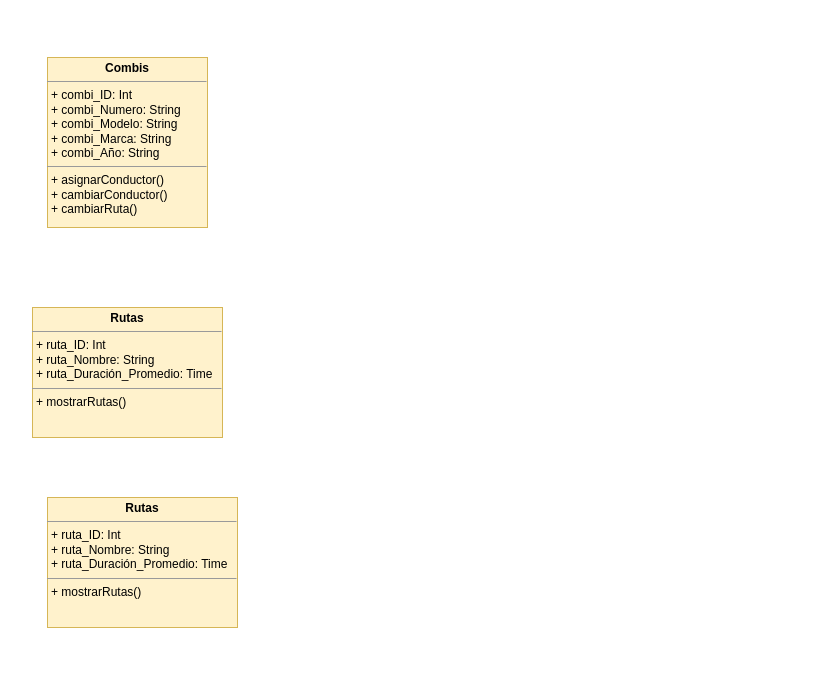
Above: Diagrama.drawio in PatrickCT/traccar (draw.io), before the change. Source tidied: cells renumbered, new cells numbered last; positions are measured from the earlier drawing's top-left corner, leaving out a move shared by most shapes. Both pictures are drawn from the tidied source at 100%, with x=0, y=0 at pixel (32, 57).
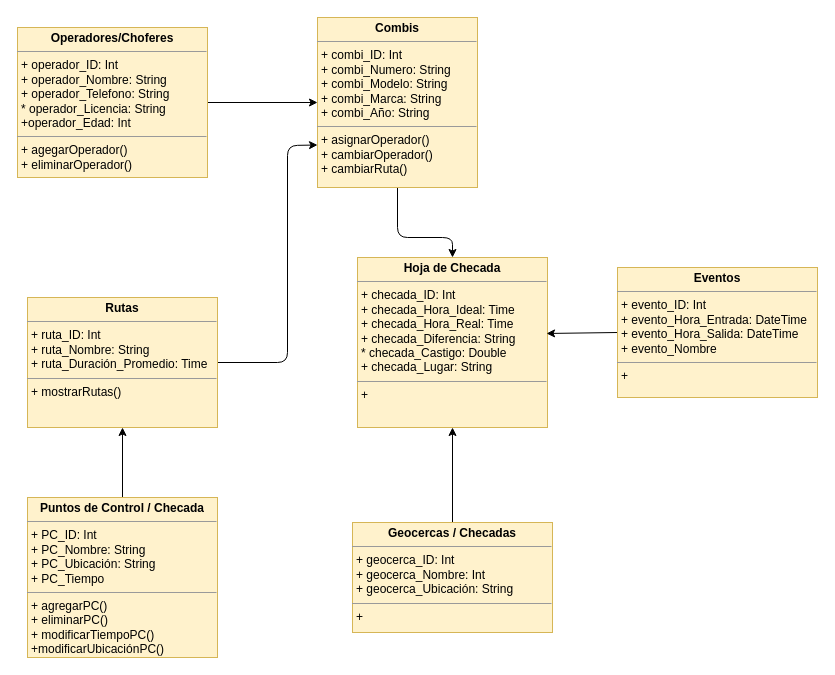
The same diagram, later.

The edit, as a diff of the source:
```diff
@@
 <mxGraphModel>
   <root>
     <mxCell id="0" />
     <mxCell id="1" parent="0" />
+    <mxCell id="5" style="edgeStyle=none;html=1;exitX=0.5;exitY=1;exitDx=0;exitDy=0;entryX=0.5;entryY=0;entryDx=0;entryDy=0;fontColor=#000000;" parent="1" edge="1" source="2" target="10">
+      <mxGeometry relative="1" as="geometry">
+        <Array as="points">
+          <mxPoint x="365" y="180" />
+          <mxPoint x="420" y="180" />
+        </Array>
+      </mxGeometry>
+    </mxCell>
-    <mxCell id="2" value="&lt;p style=&quot;margin:0px;margin-top:4px;text-align:center;&quot;&gt;&lt;b&gt;Combis&lt;/b&gt;&lt;/p&gt;&lt;hr size=&quot;1&quot;&gt;&lt;p style=&quot;margin:0px;margin-left:4px;&quot;&gt;+ combi_ID: Int&lt;/p&gt;&lt;p style=&quot;margin:0px;margin-left:4px;&quot;&gt;+ combi_Numero: String&lt;/p&gt;&lt;p style=&quot;margin:0px;margin-left:4px;&quot;&gt;+ combi_Modelo: String&lt;/p&gt;&lt;p style=&quot;margin:0px;margin-left:4px;&quot;&gt;+ combi_Marca: String&lt;/p&gt;&lt;p style=&quot;margin:0px;margin-left:4px;&quot;&gt;+ combi_Año: String&lt;/p&gt;&lt;hr size=&quot;1&quot;&gt;&lt;p style=&quot;margin:0px;margin-left:4px;&quot;&gt;+ asignarConductor()&lt;/p&gt;&lt;p style=&quot;margin:0px;margin-left:4px;&quot;&gt;+ cambiarConductor()&lt;/p&gt;&lt;p style=&quot;margin:0px;margin-left:4px;&quot;&gt;+ cambiarRuta()&lt;/p&gt;" style="verticalAlign=top;align=left;overflow=fill;fontSize=12;fontFamily=Helvetica;html=1;fillColor=#fff2cc;strokeColor=#d6b656;fontColor=#000000;" parent="1" vertex="1">
-      <mxGeometry x="15" width="160" height="170" as="geometry" />
+    <mxCell id="2" value="&lt;p style=&quot;margin:0px;margin-top:4px;text-align:center;&quot;&gt;&lt;b&gt;Combis&lt;/b&gt;&lt;/p&gt;&lt;hr size=&quot;1&quot;&gt;&lt;p style=&quot;margin:0px;margin-left:4px;&quot;&gt;+ combi_ID: Int&lt;/p&gt;&lt;p style=&quot;margin:0px;margin-left:4px;&quot;&gt;+ combi_Numero: String&lt;/p&gt;&lt;p style=&quot;margin:0px;margin-left:4px;&quot;&gt;+ combi_Modelo: String&lt;/p&gt;&lt;p style=&quot;margin:0px;margin-left:4px;&quot;&gt;+ combi_Marca: String&lt;/p&gt;&lt;p style=&quot;margin:0px;margin-left:4px;&quot;&gt;+ combi_Año: String&lt;/p&gt;&lt;hr size=&quot;1&quot;&gt;&lt;p style=&quot;margin:0px;margin-left:4px;&quot;&gt;+ asignarOperador()&lt;/p&gt;&lt;p style=&quot;margin:0px;margin-left:4px;&quot;&gt;+ cambiarOperador()&lt;/p&gt;&lt;p style=&quot;margin:0px;margin-left:4px;&quot;&gt;+ cambiarRuta()&lt;/p&gt;" style="verticalAlign=top;align=left;overflow=fill;fontSize=12;fontFamily=Helvetica;html=1;fillColor=#fff2cc;strokeColor=#d6b656;fontColor=#000000;" parent="1" vertex="1">
+      <mxGeometry x="285" y="-40" width="160" height="170" as="geometry" />
     </mxCell>
+    <mxCell id="6" style="edgeStyle=none;html=1;exitX=1;exitY=0.5;exitDx=0;exitDy=0;entryX=0;entryY=0.75;entryDx=0;entryDy=0;fontColor=#000000;" parent="1" edge="1" source="3" target="2">
+      <mxGeometry relative="1" as="geometry">
+        <Array as="points">
+          <mxPoint x="255" y="305" />
+          <mxPoint x="255" y="88" />
+        </Array>
+      </mxGeometry>
+    </mxCell>
     <mxCell id="3" value="&lt;p style=&quot;margin:0px;margin-top:4px;text-align:center;&quot;&gt;&lt;b&gt;Rutas&lt;/b&gt;&lt;/p&gt;&lt;hr size=&quot;1&quot;&gt;&lt;p style=&quot;margin:0px;margin-left:4px;&quot;&gt;+ ruta_ID: Int&lt;br&gt;&lt;/p&gt;&lt;p style=&quot;margin:0px;margin-left:4px;&quot;&gt;+ ruta_Nombre: String&lt;/p&gt;&lt;p style=&quot;margin:0px;margin-left:4px;&quot;&gt;+ ruta_Duración_Promedio: Time&lt;/p&gt;&lt;hr size=&quot;1&quot;&gt;&lt;p style=&quot;margin:0px;margin-left:4px;&quot;&gt;+ mostrarRutas()&lt;/p&gt;" style="verticalAlign=top;align=left;overflow=fill;fontSize=12;fontFamily=Helvetica;html=1;fillColor=#fff2cc;strokeColor=#d6b656;fontColor=#000000;" parent="1" vertex="1">
-      <mxGeometry y="250" width="190" height="130" as="geometry" />
+      <mxGeometry x="-5" y="240" width="190" height="130" as="geometry" />
     </mxCell>
+    <mxCell id="7" style="edgeStyle=none;html=1;exitX=0.5;exitY=0;exitDx=0;exitDy=0;entryX=0.5;entryY=1;entryDx=0;entryDy=0;fontColor=#000000;" parent="1" edge="1" source="4" target="3">
+      <mxGeometry relative="1" as="geometry" />
+    </mxCell>
-    <mxCell id="4" value="&lt;p style=&quot;margin:0px;margin-top:4px;text-align:center;&quot;&gt;&lt;b&gt;Rutas&lt;/b&gt;&lt;/p&gt;&lt;hr size=&quot;1&quot;&gt;&lt;p style=&quot;margin:0px;margin-left:4px;&quot;&gt;+ ruta_ID: Int&lt;br&gt;&lt;/p&gt;&lt;p style=&quot;margin:0px;margin-left:4px;&quot;&gt;+ ruta_Nombre: String&lt;/p&gt;&lt;p style=&quot;margin:0px;margin-left:4px;&quot;&gt;+ ruta_Duración_Promedio: Time&lt;/p&gt;&lt;hr size=&quot;1&quot;&gt;&lt;p style=&quot;margin:0px;margin-left:4px;&quot;&gt;+ mostrarRutas()&lt;/p&gt;" style="verticalAlign=top;align=left;overflow=fill;fontSize=12;fontFamily=Helvetica;html=1;fillColor=#fff2cc;strokeColor=#d6b656;fontColor=#000000;" parent="1" vertex="1">
-      <mxGeometry x="15" y="440" width="190" height="130" as="geometry" />
+    <mxCell id="4" value="&lt;p style=&quot;margin:0px;margin-top:4px;text-align:center;&quot;&gt;&lt;b&gt;Puntos de Control / Checada&lt;/b&gt;&lt;/p&gt;&lt;hr size=&quot;1&quot;&gt;&lt;p style=&quot;margin:0px;margin-left:4px;&quot;&gt;+ PC_ID: Int&lt;br&gt;&lt;/p&gt;&lt;p style=&quot;margin:0px;margin-left:4px;&quot;&gt;+ PC_Nombre: String&lt;/p&gt;&lt;p style=&quot;margin:0px;margin-left:4px;&quot;&gt;+ PC_Ubicación: String&lt;/p&gt;&lt;p style=&quot;margin:0px;margin-left:4px;&quot;&gt;+ PC_Tiempo&lt;/p&gt;&lt;hr size=&quot;1&quot;&gt;&lt;p style=&quot;margin:0px;margin-left:4px;&quot;&gt;+ agregarPC()&lt;/p&gt;&lt;p style=&quot;margin:0px;margin-left:4px;&quot;&gt;+ eliminarPC()&lt;/p&gt;&lt;p style=&quot;margin:0px;margin-left:4px;&quot;&gt;+ modificarTiempoPC()&lt;/p&gt;&lt;p style=&quot;margin:0px;margin-left:4px;&quot;&gt;+modificarUbicaciónPC()&lt;/p&gt;" style="verticalAlign=top;align=left;overflow=fill;fontSize=12;fontFamily=Helvetica;html=1;fillColor=#fff2cc;strokeColor=#d6b656;fontColor=#000000;" parent="1" vertex="1">
+      <mxGeometry x="-5" y="440" width="190" height="160" as="geometry" />
     </mxCell>
+    <mxCell id="8" style="edgeStyle=none;html=1;exitX=1;exitY=0.5;exitDx=0;exitDy=0;entryX=0;entryY=0.5;entryDx=0;entryDy=0;fontColor=#000000;" parent="1" edge="1" source="9" target="2">
+      <mxGeometry relative="1" as="geometry" />
+    </mxCell>
+    <mxCell id="9" value="&lt;p style=&quot;margin:0px;margin-top:4px;text-align:center;&quot;&gt;&lt;b&gt;Operadores/Choferes&lt;/b&gt;&lt;/p&gt;&lt;hr size=&quot;1&quot;&gt;&lt;p style=&quot;margin:0px;margin-left:4px;&quot;&gt;+ operador_ID: Int&lt;br&gt;&lt;/p&gt;&lt;p style=&quot;margin:0px;margin-left:4px;&quot;&gt;+ operador_Nombre: String&lt;/p&gt;&lt;p style=&quot;margin:0px;margin-left:4px;&quot;&gt;+ operador_Telefono: String&lt;/p&gt;&lt;p style=&quot;margin:0px;margin-left:4px;&quot;&gt;* operador_Licencia: String&lt;/p&gt;&lt;p style=&quot;margin:0px;margin-left:4px;&quot;&gt;+operador_Edad: Int&amp;nbsp;&lt;/p&gt;&lt;hr size=&quot;1&quot;&gt;&lt;p style=&quot;margin:0px;margin-left:4px;&quot;&gt;+ agegarOperador()&lt;/p&gt;&lt;p style=&quot;margin:0px;margin-left:4px;&quot;&gt;+ eliminarOperador()&lt;/p&gt;&lt;p style=&quot;margin:0px;margin-left:4px;&quot;&gt;&lt;br&gt;&lt;/p&gt;" style="verticalAlign=top;align=left;overflow=fill;fontSize=12;fontFamily=Helvetica;html=1;fillColor=#fff2cc;strokeColor=#d6b656;fontColor=#000000;" parent="1" vertex="1">
+      <mxGeometry x="-15" y="-30" width="190" height="150" as="geometry" />
+    </mxCell>
+    <mxCell id="10" value="&lt;p style=&quot;margin:0px;margin-top:4px;text-align:center;&quot;&gt;&lt;b&gt;Hoja de Checada&lt;/b&gt;&lt;/p&gt;&lt;hr size=&quot;1&quot;&gt;&lt;p style=&quot;margin:0px;margin-left:4px;&quot;&gt;+ checada_ID: Int&lt;/p&gt;&lt;p style=&quot;margin:0px;margin-left:4px;&quot;&gt;+ checada_Hora_Ideal: Time&lt;/p&gt;&lt;p style=&quot;margin:0px;margin-left:4px;&quot;&gt;+ checada_Hora_Real: Time&lt;/p&gt;&lt;p style=&quot;margin:0px;margin-left:4px;&quot;&gt;+ checada_Diferencia: String&lt;/p&gt;&lt;p style=&quot;margin:0px;margin-left:4px;&quot;&gt;* checada_Castigo: Double&lt;/p&gt;&lt;p style=&quot;margin:0px;margin-left:4px;&quot;&gt;+ checada_Lugar: String&lt;/p&gt;&lt;hr size=&quot;1&quot;&gt;&lt;p style=&quot;margin:0px;margin-left:4px;&quot;&gt;+&amp;nbsp;&lt;/p&gt;" style="verticalAlign=top;align=left;overflow=fill;fontSize=12;fontFamily=Helvetica;html=1;fillColor=#fff2cc;strokeColor=#d6b656;fontColor=#000000;" parent="1" vertex="1">
+      <mxGeometry x="325" y="200" width="190" height="170" as="geometry" />
+    </mxCell>
+    <mxCell id="11" style="edgeStyle=none;html=1;exitX=0;exitY=0.5;exitDx=0;exitDy=0;entryX=0.995;entryY=0.447;entryDx=0;entryDy=0;entryPerimeter=0;fontColor=#000000;" parent="1" edge="1" source="12" target="10">
+      <mxGeometry relative="1" as="geometry" />
+    </mxCell>
+    <mxCell id="12" value="&lt;p style=&quot;margin:0px;margin-top:4px;text-align:center;&quot;&gt;&lt;b&gt;Eventos&lt;/b&gt;&lt;/p&gt;&lt;hr size=&quot;1&quot;&gt;&lt;p style=&quot;margin:0px;margin-left:4px;&quot;&gt;+ evento_ID: Int&lt;/p&gt;&lt;p style=&quot;margin:0px;margin-left:4px;&quot;&gt;+ evento_Hora_Entrada: DateTime&lt;/p&gt;&lt;p style=&quot;margin:0px;margin-left:4px;&quot;&gt;+ evento_Hora_Salida: DateTime&lt;/p&gt;&lt;p style=&quot;margin:0px;margin-left:4px;&quot;&gt;+ evento_Nombre&lt;/p&gt;&lt;hr size=&quot;1&quot;&gt;&lt;p style=&quot;margin:0px;margin-left:4px;&quot;&gt;+&amp;nbsp;&lt;/p&gt;" style="verticalAlign=top;align=left;overflow=fill;fontSize=12;fontFamily=Helvetica;html=1;fillColor=#fff2cc;strokeColor=#d6b656;fontColor=#000000;" parent="1" vertex="1">
+      <mxGeometry x="585" y="210" width="200" height="130" as="geometry" />
+    </mxCell>
+    <mxCell id="13" style="edgeStyle=none;html=1;exitX=0.5;exitY=0;exitDx=0;exitDy=0;entryX=0.5;entryY=1;entryDx=0;entryDy=0;fontColor=#000000;" parent="1" edge="1" source="14" target="10">
+      <mxGeometry relative="1" as="geometry" />
+    </mxCell>
+    <mxCell id="14" value="&lt;p style=&quot;margin:0px;margin-top:4px;text-align:center;&quot;&gt;&lt;b&gt;Geocercas / Checadas&lt;/b&gt;&lt;/p&gt;&lt;hr size=&quot;1&quot;&gt;&lt;p style=&quot;margin:0px;margin-left:4px;&quot;&gt;+ geocerca_ID: Int&lt;/p&gt;&lt;p style=&quot;margin:0px;margin-left:4px;&quot;&gt;+ geocerca_Nombre: Int&lt;/p&gt;&lt;p style=&quot;margin:0px;margin-left:4px;&quot;&gt;+ geocerca_Ubicación: String&lt;/p&gt;&lt;hr size=&quot;1&quot;&gt;&lt;p style=&quot;margin:0px;margin-left:4px;&quot;&gt;+&amp;nbsp;&lt;/p&gt;" style="verticalAlign=top;align=left;overflow=fill;fontSize=12;fontFamily=Helvetica;html=1;fillColor=#fff2cc;strokeColor=#d6b656;fontColor=#000000;" parent="1" vertex="1">
+      <mxGeometry x="320" y="465" width="200" height="110" as="geometry" />
+    </mxCell>
   </root>
 </mxGraphModel>
```
